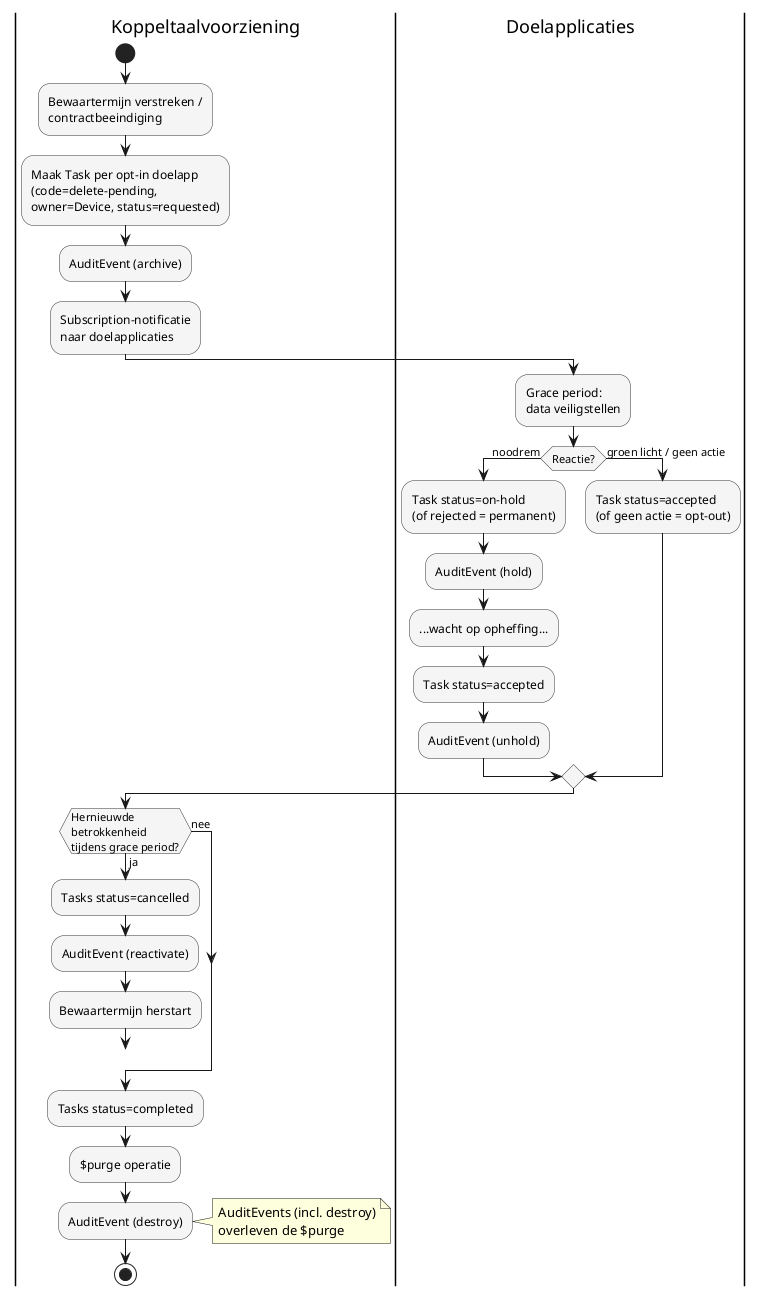
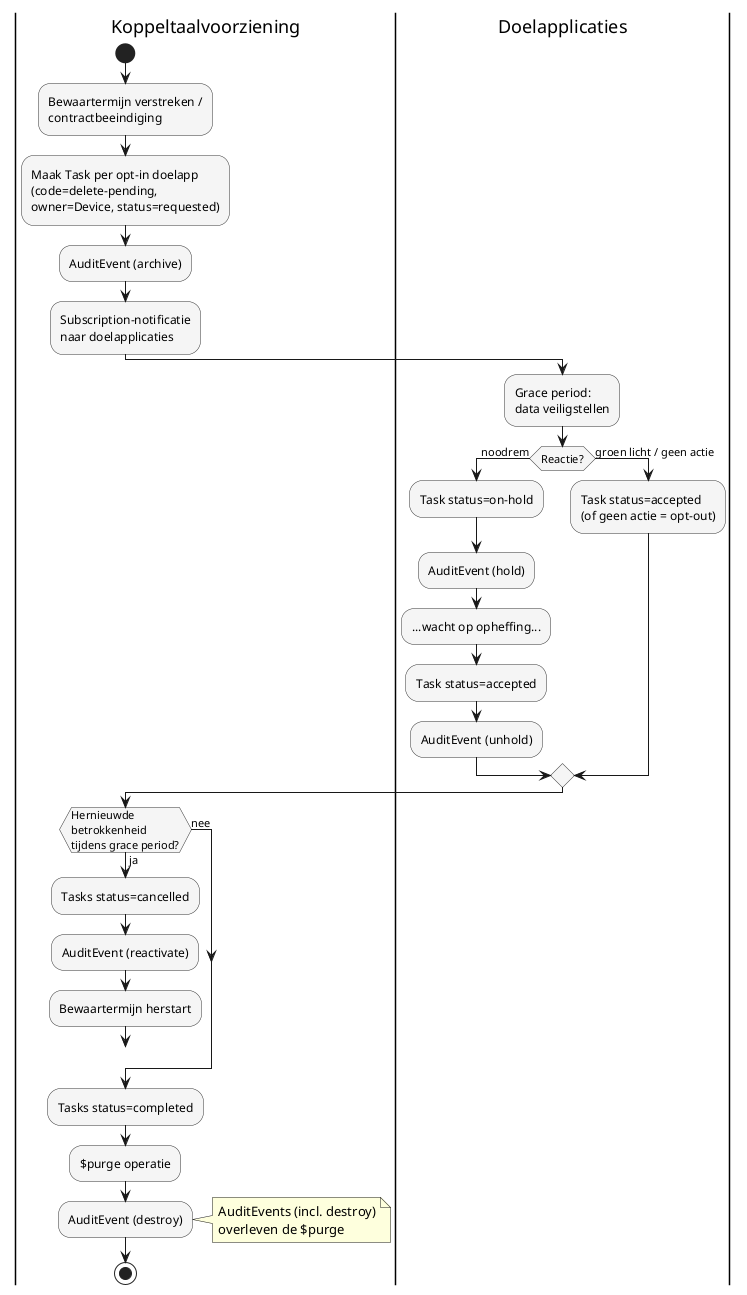
@startuml opschoning-patient-data-overzicht

skinparam activity {
  BackgroundColor #f5f5f5
  BorderColor #333333
}

|Koppeltaalvoorziening|
start
label start_termijn
:Bewaartermijn verstreken /\ncontractbeeindiging;
:Maak Task per opt-in doelapp\n(code=delete-pending,\nowner=Device, status=requested);
:AuditEvent (archive);
:Subscription-notificatie\nnaar doelapplicaties;

|Doelapplicaties|
:Grace period:\ndata veiligstellen;
if (Reactie?) then (noodrem)
-   :Task status=on-hold\n(of rejected = permanent);
+   :Task status=on-hold;
  :AuditEvent (hold);
  :...wacht op opheffing...;
  :Task status=accepted;
  :AuditEvent (unhold);
else (groen licht / geen actie)
  :Task status=accepted\n(of geen actie = opt-out);
endif

|Koppeltaalvoorziening|
if (Hernieuwde\nbetrokkenheid\ntijdens grace period?) then (ja)
  :Tasks status=cancelled;
  :AuditEvent (reactivate);
  :Bewaartermijn herstart;
  goto start_termijn
else (nee)
endif

|Koppeltaalvoorziening|
:Tasks status=completed;
:$purge operatie;
:AuditEvent (destroy);
note right
  AuditEvents (incl. destroy)
  overleven de $purge
end note

stop

@enduml
